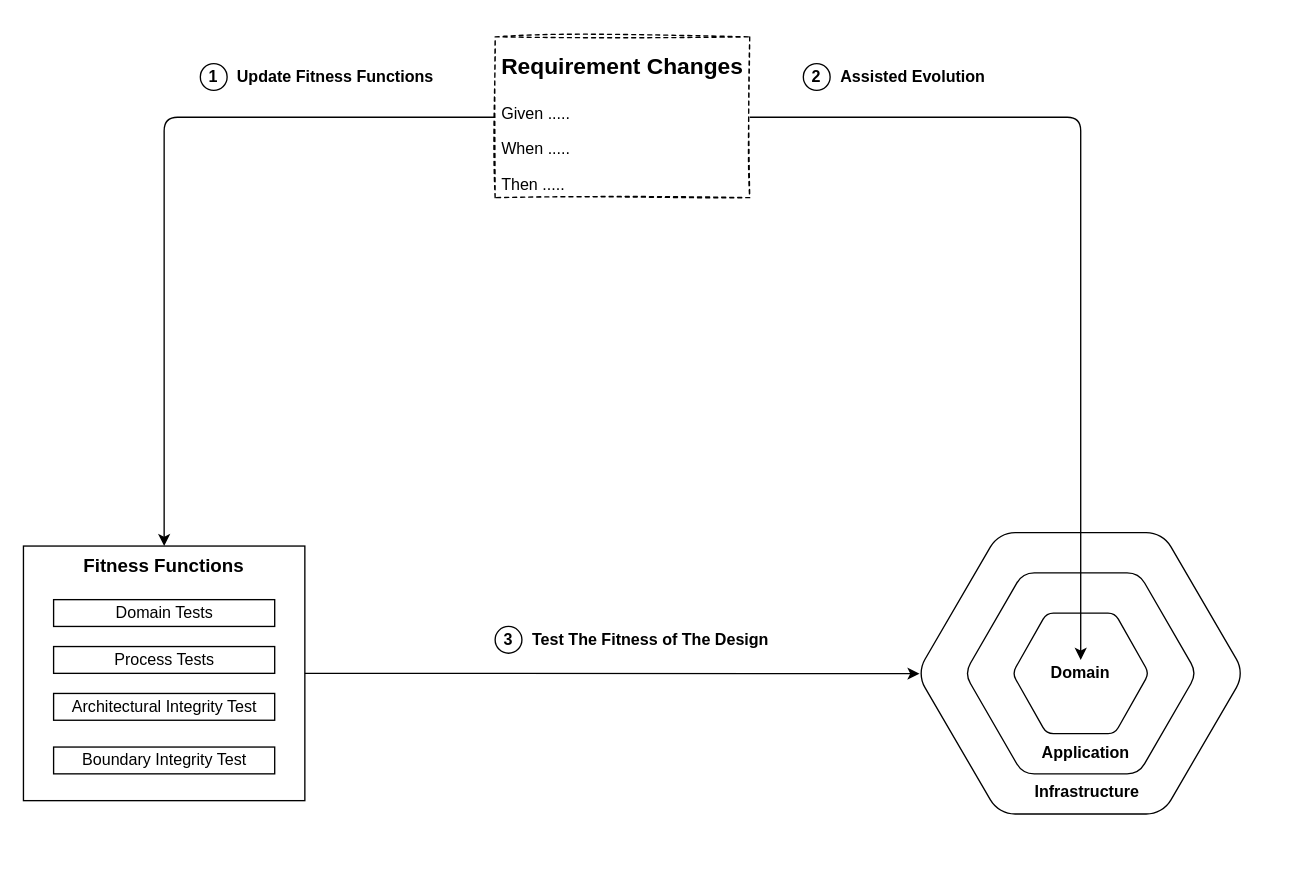
Earlier version of the draw.io diagram page "EAProcess" (2 of 2) of design/ExplanationDiagrams.drawio (codefinity/oeuvre). Source tidied: cells renumbered, new cells numbered last; positions are measured from the earlier drawing's top-left corner, leaving out a move shared by most shapes. Both pictures are drawn from the tidied source at 134%, with x=0, y=0 at pixel (23, 36).
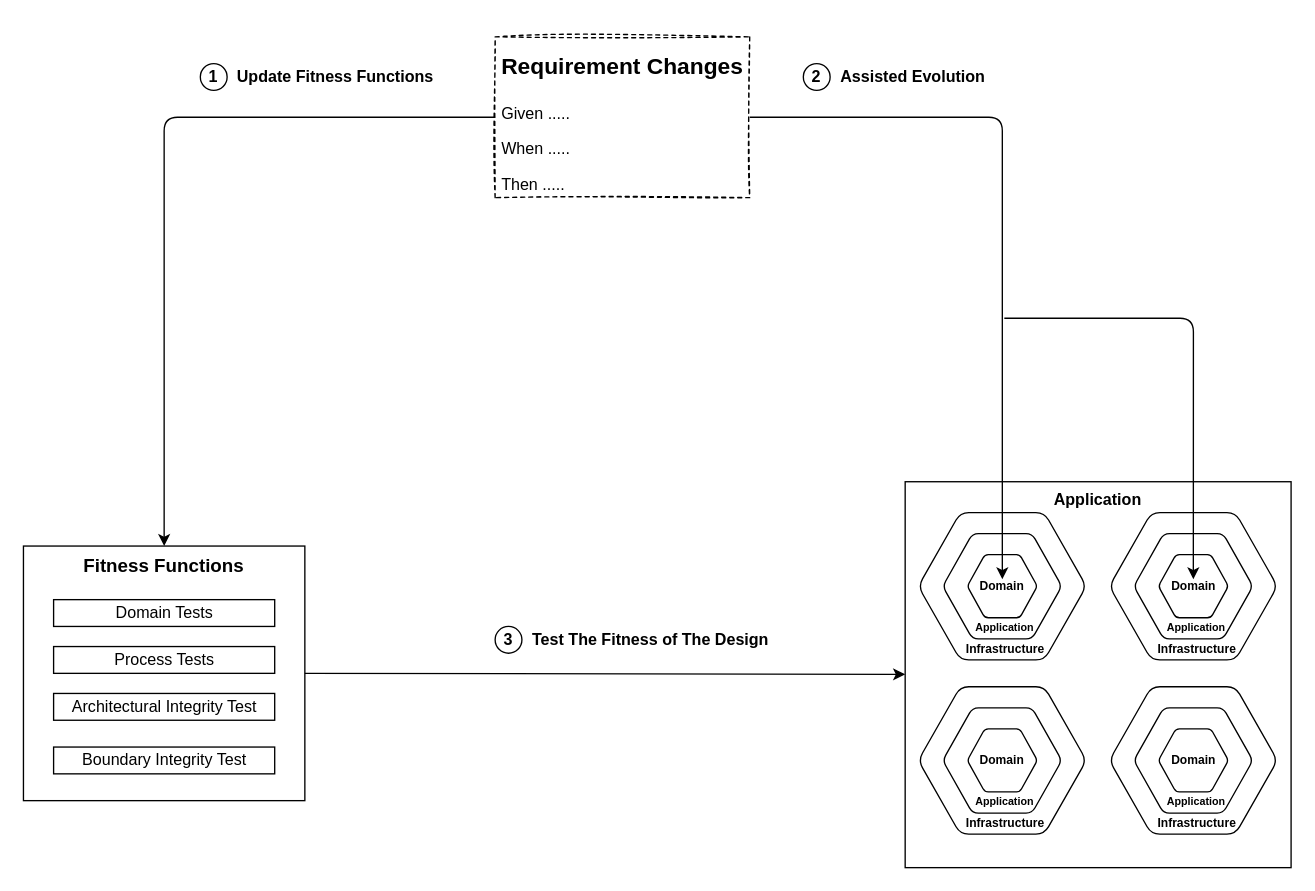
Above is the later version.

The change refers to these unchanged cells:
```xml
<mxCell id="3" value="Fitness Functions" style="rounded=0;whiteSpace=wrap;html=1;shadow=0;glass=0;strokeColor=#000000;fillColor=none;gradientColor=none;verticalAlign=top;fontStyle=1;fontSize=14;" parent="1" vertex="1">
  <mxGeometry y="380" width="210" height="190" as="geometry" />
</mxCell>
```

What changed in the source:
```diff
@@
+    <mxCell id="28" value="Application" style="whiteSpace=wrap;html=1;verticalAlign=top;fontStyle=1;" parent="1" vertex="1">
+      <mxGeometry x="658" y="332" width="288" height="288" as="geometry" />
+    </mxCell>
@@
-    <mxCell id="8" style="endArrow=classic;html=1;exitX=1;exitY=0.5;exitDx=0;exitDy=0;entryX=-0.001;entryY=0.501;entryDx=0;entryDy=0;entryPerimeter=0;" parent="1" edge="1" source="3" target="12">
+    <mxCell id="8" style="endArrow=classic;html=1;exitX=1;exitY=0.5;exitDx=0;exitDy=0;" parent="1" edge="1" source="3" target="28">
       <mxGeometry relative="1" as="geometry" />
     </mxCell>
@@
     <mxCell id="10" style="group;" parent="1" vertex="1">
-      <mxGeometry x="669" y="370" width="240" height="210" as="geometry" />
+      <mxGeometry x="669" y="355" width="123" height="110" as="geometry" />
     </mxCell>
     <mxCell id="11" style="group;" parent="10" vertex="1">
-      <mxGeometry width="240" height="210" as="geometry" />
+      <mxGeometry width="123" height="110" as="geometry" />
     </mxCell>
     <mxCell id="12" style="shape=mxgraph.gcp.extras.blue_hexagon;html=1;verticalLabelPosition=bottom;verticalAlign=top;align=center;fillColor=#FFFFFF;" parent="11" vertex="1">
-      <mxGeometry width="240" height="210" as="geometry" />
+      <mxGeometry width="123" height="110" as="geometry" />
     </mxCell>
     <mxCell id="13" style="shape=mxgraph.gcp.extras.blue_hexagon;html=1;verticalLabelPosition=bottom;verticalAlign=top;align=center;fillColor=#FFFFFF;" parent="11" vertex="1">
-      <mxGeometry x="35" y="30" width="170" height="150" as="geometry" />
+      <mxGeometry x="17.9" y="15.7" width="87.1" height="78.6" as="geometry" />
     </mxCell>
     <mxCell id="14" style="shape=mxgraph.gcp.extras.blue_hexagon;html=1;verticalLabelPosition=bottom;verticalAlign=top;align=center;fillColor=#FFFFFF;" parent="11" vertex="1">
-      <mxGeometry x="70" y="60" width="100" height="90" as="geometry" />
+      <mxGeometry x="35.9" y="31.4" width="51.2" height="47.1" as="geometry" />
     </mxCell>
-    <mxCell id="15" value="Domain" style="text;html=1;strokeColor=none;fillColor=none;align=center;verticalAlign=middle;whiteSpace=wrap;rounded=0;fontStyle=1;" parent="11" vertex="1">
-      <mxGeometry x="100" y="95" width="40" height="20" as="geometry" />
+    <mxCell id="15" value="Domain" style="text;html=1;strokeColor=none;fillColor=none;align=center;verticalAlign=middle;whiteSpace=wrap;rounded=0;fontStyle=1;fontSize=9;" parent="11" vertex="1">
+      <mxGeometry x="51.2" y="49.8" width="20.5" height="10.5" as="geometry" />
     </mxCell>
-    <mxCell id="16" value="Infrastructure" style="text;html=1;strokeColor=none;fillColor=none;align=center;verticalAlign=middle;whiteSpace=wrap;rounded=0;fontStyle=1;" parent="11" vertex="1">
-      <mxGeometry x="90" y="184" width="70" height="20" as="geometry" />
+    <mxCell id="16" value="Infrastructure" style="text;html=1;strokeColor=none;fillColor=none;align=center;verticalAlign=middle;whiteSpace=wrap;rounded=0;fontStyle=1;fontSize=9;" parent="11" vertex="1">
+      <mxGeometry x="46.1" y="96.4" width="35.9" height="10.5" as="geometry" />
     </mxCell>
-    <mxCell id="17" value="Application" style="text;html=1;strokeColor=none;fillColor=none;align=center;verticalAlign=middle;whiteSpace=wrap;rounded=0;fontStyle=1;" parent="11" vertex="1">
-      <mxGeometry x="94" y="155" width="60" height="20" as="geometry" />
+    <mxCell id="17" value="Application" style="text;html=1;strokeColor=none;fillColor=none;align=center;verticalAlign=middle;whiteSpace=wrap;rounded=0;fontStyle=1;fontSize=8;" parent="11" vertex="1">
+      <mxGeometry x="48.2" y="81.2" width="30.8" height="10.5" as="geometry" />
     </mxCell>
@@
+    <mxCell id="29" style="group;" parent="1" vertex="1">
+      <mxGeometry x="669" y="485" width="123" height="110" as="geometry" />
+    </mxCell>
+    <mxCell id="30" style="group;" parent="29" vertex="1">
+      <mxGeometry width="123" height="110" as="geometry" />
+    </mxCell>
+    <mxCell id="31" style="shape=mxgraph.gcp.extras.blue_hexagon;html=1;verticalLabelPosition=bottom;verticalAlign=top;align=center;fillColor=#FFFFFF;" parent="30" vertex="1">
+      <mxGeometry width="123" height="110" as="geometry" />
+    </mxCell>
+    <mxCell id="32" style="shape=mxgraph.gcp.extras.blue_hexagon;html=1;verticalLabelPosition=bottom;verticalAlign=top;align=center;fillColor=#FFFFFF;" parent="30" vertex="1">
+      <mxGeometry x="17.9" y="15.7" width="87.1" height="78.6" as="geometry" />
+    </mxCell>
+    <mxCell id="33" style="shape=mxgraph.gcp.extras.blue_hexagon;html=1;verticalLabelPosition=bottom;verticalAlign=top;align=center;fillColor=#FFFFFF;" parent="30" vertex="1">
+      <mxGeometry x="35.9" y="31.4" width="51.2" height="47.1" as="geometry" />
+    </mxCell>
+    <mxCell id="34" value="Domain" style="text;html=1;strokeColor=none;fillColor=none;align=center;verticalAlign=middle;whiteSpace=wrap;rounded=0;fontStyle=1;fontSize=9;" parent="30" vertex="1">
+      <mxGeometry x="51.2" y="49.8" width="20.5" height="10.5" as="geometry" />
+    </mxCell>
+    <mxCell id="35" value="Infrastructure" style="text;html=1;strokeColor=none;fillColor=none;align=center;verticalAlign=middle;whiteSpace=wrap;rounded=0;fontStyle=1;fontSize=9;" parent="30" vertex="1">
+      <mxGeometry x="46.1" y="96.4" width="35.9" height="10.5" as="geometry" />
+    </mxCell>
+    <mxCell id="36" value="Application" style="text;html=1;strokeColor=none;fillColor=none;align=center;verticalAlign=middle;whiteSpace=wrap;rounded=0;fontStyle=1;fontSize=8;" parent="30" vertex="1">
+      <mxGeometry x="48.2" y="81.2" width="30.8" height="10.5" as="geometry" />
+    </mxCell>
+    <mxCell id="37" style="group;" parent="1" vertex="1">
+      <mxGeometry x="811.6" y="355" width="123" height="110" as="geometry" />
+    </mxCell>
+    <mxCell id="38" style="group;" parent="37" vertex="1">
+      <mxGeometry width="123" height="110" as="geometry" />
+    </mxCell>
+    <mxCell id="39" style="shape=mxgraph.gcp.extras.blue_hexagon;html=1;verticalLabelPosition=bottom;verticalAlign=top;align=center;fillColor=#FFFFFF;" parent="38" vertex="1">
+      <mxGeometry width="123" height="110" as="geometry" />
+    </mxCell>
+    <mxCell id="40" style="shape=mxgraph.gcp.extras.blue_hexagon;html=1;verticalLabelPosition=bottom;verticalAlign=top;align=center;fillColor=#FFFFFF;" parent="38" vertex="1">
+      <mxGeometry x="17.9" y="15.7" width="87.1" height="78.6" as="geometry" />
+    </mxCell>
+    <mxCell id="41" style="shape=mxgraph.gcp.extras.blue_hexagon;html=1;verticalLabelPosition=bottom;verticalAlign=top;align=center;fillColor=#FFFFFF;" parent="38" vertex="1">
+      <mxGeometry x="35.9" y="31.4" width="51.2" height="47.1" as="geometry" />
+    </mxCell>
+    <mxCell id="42" value="Domain" style="text;html=1;strokeColor=none;fillColor=none;align=center;verticalAlign=middle;whiteSpace=wrap;rounded=0;fontStyle=1;fontSize=9;" parent="38" vertex="1">
+      <mxGeometry x="51.2" y="49.8" width="20.5" height="10.5" as="geometry" />
+    </mxCell>
+    <mxCell id="43" value="Infrastructure" style="text;html=1;strokeColor=none;fillColor=none;align=center;verticalAlign=middle;whiteSpace=wrap;rounded=0;fontStyle=1;fontSize=9;" parent="38" vertex="1">
+      <mxGeometry x="46.1" y="96.4" width="35.9" height="10.5" as="geometry" />
+    </mxCell>
+    <mxCell id="44" value="Application" style="text;html=1;strokeColor=none;fillColor=none;align=center;verticalAlign=middle;whiteSpace=wrap;rounded=0;fontStyle=1;fontSize=8;" parent="38" vertex="1">
+      <mxGeometry x="48.2" y="81.2" width="30.8" height="10.5" as="geometry" />
+    </mxCell>
+    <mxCell id="45" style="group;" parent="1" vertex="1">
+      <mxGeometry x="811.6" y="485" width="123" height="110" as="geometry" />
+    </mxCell>
+    <mxCell id="46" style="group;" parent="45" vertex="1">
+      <mxGeometry width="123" height="110" as="geometry" />
+    </mxCell>
+    <mxCell id="47" style="shape=mxgraph.gcp.extras.blue_hexagon;html=1;verticalLabelPosition=bottom;verticalAlign=top;align=center;fillColor=#FFFFFF;" parent="46" vertex="1">
+      <mxGeometry width="123" height="110" as="geometry" />
+    </mxCell>
+    <mxCell id="48" style="shape=mxgraph.gcp.extras.blue_hexagon;html=1;verticalLabelPosition=bottom;verticalAlign=top;align=center;fillColor=#FFFFFF;" parent="46" vertex="1">
+      <mxGeometry x="17.9" y="15.7" width="87.1" height="78.6" as="geometry" />
+    </mxCell>
+    <mxCell id="49" style="shape=mxgraph.gcp.extras.blue_hexagon;html=1;verticalLabelPosition=bottom;verticalAlign=top;align=center;fillColor=#FFFFFF;" parent="46" vertex="1">
+      <mxGeometry x="35.9" y="31.4" width="51.2" height="47.1" as="geometry" />
+    </mxCell>
+    <mxCell id="50" value="Domain" style="text;html=1;strokeColor=none;fillColor=none;align=center;verticalAlign=middle;whiteSpace=wrap;rounded=0;fontStyle=1;fontSize=9;" parent="46" vertex="1">
+      <mxGeometry x="51.2" y="49.8" width="20.5" height="10.5" as="geometry" />
+    </mxCell>
+    <mxCell id="51" value="Infrastructure" style="text;html=1;strokeColor=none;fillColor=none;align=center;verticalAlign=middle;whiteSpace=wrap;rounded=0;fontStyle=1;fontSize=9;" parent="46" vertex="1">
+      <mxGeometry x="46.1" y="96.4" width="35.9" height="10.5" as="geometry" />
+    </mxCell>
+    <mxCell id="52" value="Application" style="text;html=1;strokeColor=none;fillColor=none;align=center;verticalAlign=middle;whiteSpace=wrap;rounded=0;fontStyle=1;fontSize=8;" parent="46" vertex="1">
+      <mxGeometry x="48.2" y="81.2" width="30.8" height="10.5" as="geometry" />
+    </mxCell>
+    <mxCell id="53" style="edgeStyle=segmentEdgeStyle;endArrow=classic;html=1;fontSize=9;entryX=0.5;entryY=0;entryDx=0;entryDy=0;" parent="1" edge="1" target="42">
+      <mxGeometry relative="1" as="geometry">
+        <mxPoint x="732" y="210" as="sourcePoint" />
+      </mxGeometry>
+    </mxCell>
```
